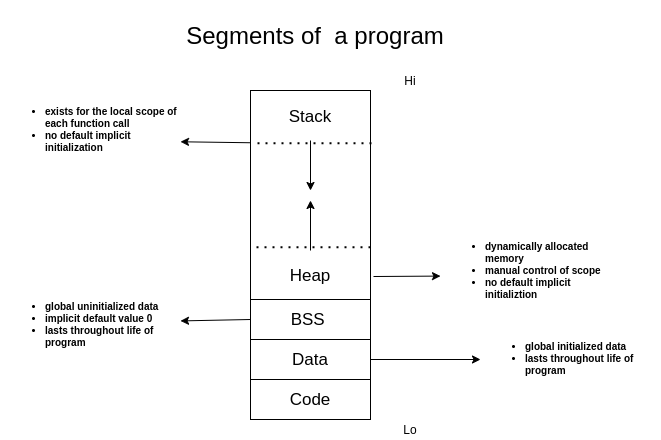
The draw.io diagram build/C_storage_classes/img/Memory_segments.png in arv-sajeev/arv-sajeev.github.io, before a commit. Source tidied: cells renumbered, new cells last; positions are measured from the earlier drawing's top-left corner, leaving out a move shared by most shapes.
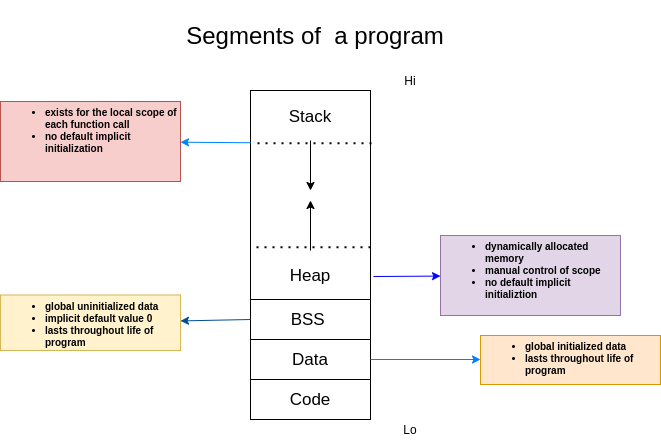
Above is the later version.

What changed in the source:
```diff
@@ -50,30 +50,30 @@
         <mxPoint x="310" y="200" as="targetPoint" />
       </mxGeometry>
     </mxCell>
-    <mxCell id="15" style="endArrow=classic;html=1;exitX=1;exitY=0.5;exitDx=0;exitDy=0;" parent="1" edge="1" source="3">
+    <mxCell id="15" style="endArrow=classic;html=1;exitX=1;exitY=0.5;exitDx=0;exitDy=0;strokeColor=#007FFF;" parent="1" edge="1" source="3">
       <mxGeometry relative="1" as="geometry">
         <mxPoint x="480" y="359" as="targetPoint" />
       </mxGeometry>
     </mxCell>
-    <mxCell id="16" value="&lt;h1&gt;&lt;ul style=&quot;font-size: 10px&quot;&gt;&lt;li&gt;global initialized data&lt;/li&gt;&lt;li&gt;lasts throughout life of program&lt;/li&gt;&lt;/ul&gt;&lt;/h1&gt;&lt;p&gt;&lt;br&gt;&lt;/p&gt;" style="text;html=1;strokeColor=none;fillColor=none;spacing=5;spacingTop=-20;whiteSpace=wrap;overflow=hidden;rounded=0;" parent="1" vertex="1">
+    <mxCell id="16" value="&lt;h1&gt;&lt;ul style=&quot;font-size: 10px&quot;&gt;&lt;li&gt;global initialized data&lt;/li&gt;&lt;li&gt;lasts throughout life of program&lt;/li&gt;&lt;/ul&gt;&lt;/h1&gt;&lt;p&gt;&lt;br&gt;&lt;/p&gt;" style="text;html=1;spacing=5;spacingTop=-20;whiteSpace=wrap;overflow=hidden;rounded=0;fillColor=#ffe6cc;strokeColor=#d79b00;" parent="1" vertex="1">
       <mxGeometry x="480" y="335" width="180" height="49" as="geometry" />
     </mxCell>
-    <mxCell id="17" value="&lt;h1&gt;&lt;ul style=&quot;font-size: 10px&quot;&gt;&lt;li&gt;global uninitialized data&lt;/li&gt;&lt;li&gt;implicit default value 0&lt;/li&gt;&lt;li&gt;lasts throughout life of program&lt;/li&gt;&lt;/ul&gt;&lt;/h1&gt;" style="text;html=1;strokeColor=none;fillColor=none;spacing=5;spacingTop=-20;whiteSpace=wrap;overflow=hidden;rounded=0;" parent="1" vertex="1">
+    <mxCell id="17" value="&lt;h1&gt;&lt;ul style=&quot;font-size: 10px&quot;&gt;&lt;li&gt;global uninitialized data&lt;/li&gt;&lt;li&gt;implicit default value 0&lt;/li&gt;&lt;li&gt;lasts throughout life of program&lt;/li&gt;&lt;/ul&gt;&lt;/h1&gt;" style="text;html=1;strokeColor=#d6b656;fillColor=#fff2cc;spacing=5;spacingTop=-20;whiteSpace=wrap;overflow=hidden;rounded=0;" parent="1" vertex="1">
       <mxGeometry y="294.5" width="180" height="55.5" as="geometry" />
     </mxCell>
-    <mxCell id="18" style="endArrow=classic;html=1;exitX=0;exitY=0.5;exitDx=0;exitDy=0;" parent="1" edge="1" source="4" target="17">
+    <mxCell id="18" style="endArrow=classic;html=1;exitX=0;exitY=0.5;exitDx=0;exitDy=0;strokeColor=#004C99;" parent="1" edge="1" source="4" target="17">
       <mxGeometry relative="1" as="geometry" />
     </mxCell>
-    <mxCell id="19" value="&lt;h1&gt;&lt;ul style=&quot;font-size: 10px&quot;&gt;&lt;li&gt;dynamically allocated memory&lt;/li&gt;&lt;li&gt;manual control of scope&lt;/li&gt;&lt;li&gt;no default implicit initializtion&lt;/li&gt;&lt;/ul&gt;&lt;/h1&gt;" style="text;html=1;strokeColor=none;fillColor=none;spacing=5;spacingTop=-20;whiteSpace=wrap;overflow=hidden;rounded=0;" parent="1" vertex="1">
+    <mxCell id="19" value="&lt;h1&gt;&lt;ul style=&quot;font-size: 10px&quot;&gt;&lt;li&gt;dynamically allocated memory&lt;/li&gt;&lt;li&gt;manual control of scope&lt;/li&gt;&lt;li&gt;no default implicit initializtion&lt;/li&gt;&lt;/ul&gt;&lt;/h1&gt;" style="text;html=1;strokeColor=#9673a6;fillColor=#e1d5e7;spacing=5;spacingTop=-20;whiteSpace=wrap;overflow=hidden;rounded=0;" parent="1" vertex="1">
       <mxGeometry x="440" y="235" width="180" height="80" as="geometry" />
     </mxCell>
-    <mxCell id="20" style="endArrow=classic;html=1;exitX=1.025;exitY=0.89;exitDx=0;exitDy=0;exitPerimeter=0;" parent="1" edge="1" source="5" target="19">
+    <mxCell id="20" style="endArrow=classic;html=1;exitX=1.025;exitY=0.89;exitDx=0;exitDy=0;exitPerimeter=0;strokeColor=#0000FF;" parent="1" edge="1" source="5" target="19">
       <mxGeometry relative="1" as="geometry" />
     </mxCell>
-    <mxCell id="21" value="&lt;h1&gt;&lt;ul style=&quot;font-size: 10px&quot;&gt;&lt;li&gt;exists for the local scope of each function call&lt;/li&gt;&lt;li&gt;no default implicit initialization&lt;/li&gt;&lt;/ul&gt;&lt;/h1&gt;" style="text;html=1;strokeColor=none;fillColor=none;spacing=5;spacingTop=-20;whiteSpace=wrap;overflow=hidden;rounded=0;" parent="1" vertex="1">
-      <mxGeometry y="100" width="180" height="80" as="geometry" />
+    <mxCell id="21" value="&lt;h1&gt;&lt;ul style=&quot;font-size: 10px&quot;&gt;&lt;li&gt;exists for the local scope of each function call&lt;/li&gt;&lt;li&gt;no default implicit initialization&lt;/li&gt;&lt;/ul&gt;&lt;/h1&gt;" style="text;html=1;strokeColor=#b85450;fillColor=#f8cecc;spacing=5;spacingTop=-20;whiteSpace=wrap;overflow=hidden;rounded=0;" parent="1" vertex="1">
+      <mxGeometry y="101" width="180" height="80" as="geometry" />
     </mxCell>
-    <mxCell id="22" style="endArrow=classic;html=1;exitX=0;exitY=0.25;exitDx=0;exitDy=0;" parent="1" edge="1" source="5" target="21">
+    <mxCell id="22" style="endArrow=classic;html=1;exitX=0;exitY=0.25;exitDx=0;exitDy=0;strokeColor=#007FFF;" parent="1" edge="1" source="5" target="21">
       <mxGeometry relative="1" as="geometry" />
     </mxCell>
     <mxCell id="23" value="&lt;font style=&quot;font-size: 24px&quot;&gt;Segments of&amp;nbsp; a program&lt;/font&gt;" style="text;html=1;strokeColor=none;fillColor=none;align=center;verticalAlign=middle;whiteSpace=wrap;rounded=0;" parent="1" vertex="1">
```
